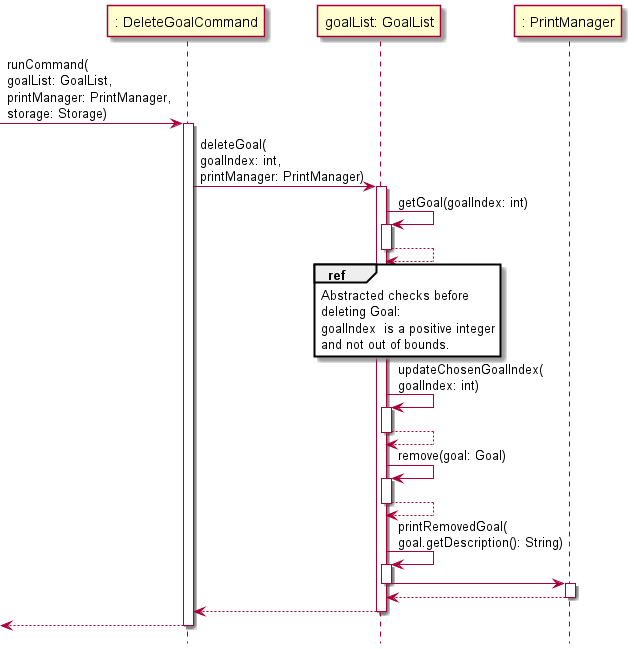
The PlantUML diagram docs/Diagram_Images/Implementation_Diagram_Images/DeleteGoalCommandSequenceDiagram.png in nus-cs2113-AY2122S1/tp, before a commit.
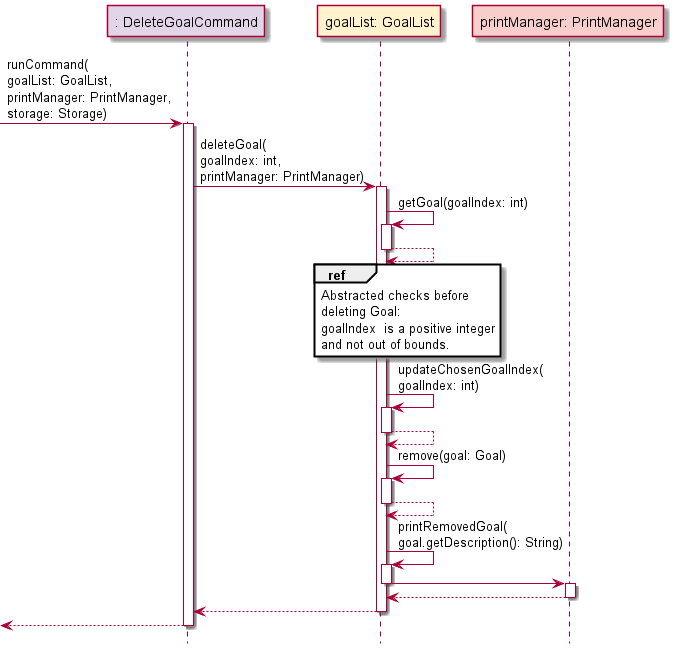
Above is the later version.

The edit, as a diff of the source:
```diff
@@ -2,38 +2,42 @@
 
 !include Style.puml
 
--> ": DeleteGoalCommand": runCommand(\ngoalList: GoalList,\nprintManager: PrintManager,\nstorage: Storage)
-activate ": DeleteGoalCommand"
+participant ": DeleteGoalCommand" as DeleteGoalCommand COMMAND_COLOUR
+participant "goalList: GoalList" as goalList GOAL_COLOUR
+participant "printManager: PrintManager" as printManager UI_COLOUR
 
-": DeleteGoalCommand" -> "goalList: GoalList": deleteGoal(\ngoalIndex: int,\nprintManager: PrintManager)
-activate "goalList: GoalList"
+-> DeleteGoalCommand: runCommand(\ngoalList: GoalList,\nprintManager: PrintManager,\nstorage: Storage)
+activate DeleteGoalCommand
 
-"goalList: GoalList" -> "goalList: GoalList": getGoal(goalIndex: int)
-activate "goalList: GoalList"
-"goalList: GoalList" --> "goalList: GoalList"
-deactivate "goalList: GoalList"
+DeleteGoalCommand -> goalList: deleteGoal(\ngoalIndex: int,\nprintManager: PrintManager)
+activate goalList
 
-ref over "goalList: GoalList": Abstracted checks before\ndeleting Goal:\ngoalIndex  is a positive integer \nand not out of bounds.
+goalList -> goalList: getGoal(goalIndex: int)
+activate goalList
+goalList --> goalList
+deactivate goalList
 
-"goalList: GoalList" -> "goalList: GoalList": updateChosenGoalIndex(\ngoalIndex: int)
-activate "goalList: GoalList"
-"goalList: GoalList" --> "goalList: GoalList"
-deactivate "goalList: GoalList"
+ref over goalList: Abstracted checks before\ndeleting Goal:\ngoalIndex  is a positive integer \nand not out of bounds.
 
-"goalList: GoalList" -> "goalList: GoalList": remove(goal: Goal)
-activate "goalList: GoalList"
-"goalList: GoalList" --> "goalList: GoalList"
-deactivate "goalList: GoalList"
+goalList -> goalList: updateChosenGoalIndex(\ngoalIndex: int)
+activate goalList
+goalList --> goalList
+deactivate goalList
+
+goalList -> goalList: remove(goal: Goal)
+activate goalList
+goalList --> goalList
+deactivate goalList
 
 
-"goalList: GoalList" -> "goalList: GoalList": printRemovedGoal(\ngoal.getDescription(): String)
-activate "goalList: GoalList"
-"goalList: GoalList" -> ": PrintManager"
-deactivate "goalList: GoalList"
+goalList -> goalList: printRemovedGoal(\ngoal.getDescription(): String)
+activate goalList
+goalList -> printManager
+deactivate goalList
 
-activate ": PrintManager"
-"goalList: GoalList" <-- ": PrintManager"
-deactivate ": PrintManager"
+activate printManager
+goalList <-- printManager
+deactivate printManager
 
 return
 
```
